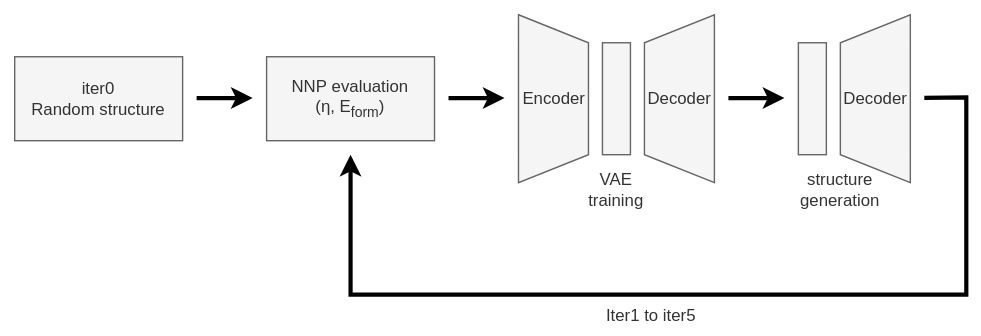
Above: paper/fig/workflow.svg in ishikawa-group/orr-vae (draw.io), before the change. Source tidied: cells renumbered, new cells last; positions are measured from the earlier drawing's top-left corner, leaving out a move shared by most shapes.
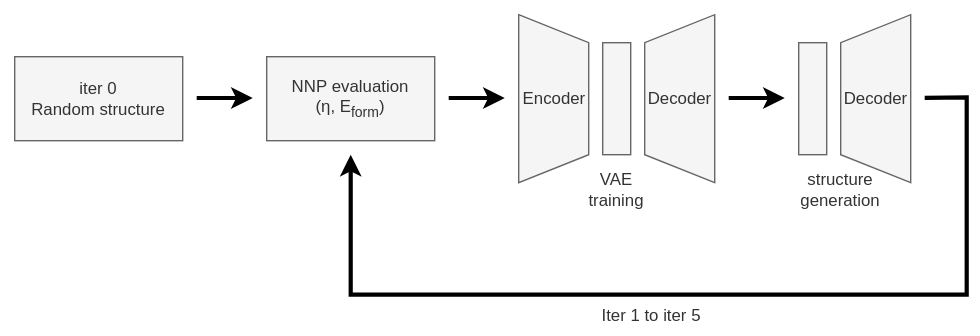
After the commit.

Commit message:
add refarence and fix figure

What changed in the source:
```diff
@@ -14,7 +14,7 @@
     <mxCell id="5" value="&amp;nbsp;Decoder" style="shape=trapezoid;perimeter=trapezoidPerimeter;whiteSpace=wrap;html=1;fixedSize=1;direction=north;align=right;fillColor=#f5f5f5;fontColor=#333333;strokeColor=#666666;" parent="1" vertex="1">
       <mxGeometry x="460" y="10" width="50" height="120" as="geometry" />
     </mxCell>
-    <mxCell id="6" value="iter0&lt;div&gt;Random structure&lt;/div&gt;" style="rounded=0;whiteSpace=wrap;html=1;fillColor=#f5f5f5;fontColor=#333333;strokeColor=#666666;" parent="1" vertex="1">
+    <mxCell id="6" value="iter 0&lt;div&gt;Random structure&lt;/div&gt;" style="rounded=0;whiteSpace=wrap;html=1;fillColor=#f5f5f5;fontColor=#333333;strokeColor=#666666;" parent="1" vertex="1">
       <mxGeometry x="10" y="40" width="120" height="60" as="geometry" />
     </mxCell>
     <mxCell id="7" value="NNP&amp;nbsp;evaluation&lt;div&gt;(η, E&lt;sub&gt;form&lt;/sub&gt;)&lt;/div&gt;" style="rounded=0;whiteSpace=wrap;html=1;fillColor=#f5f5f5;fontColor=#333333;strokeColor=#666666;" parent="1" vertex="1">
@@ -61,7 +61,7 @@
         </Array>
       </mxGeometry>
     </mxCell>
-    <mxCell id="16" value="Iter1 to iter5" style="text;html=1;align=center;verticalAlign=middle;whiteSpace=wrap;rounded=0;fillColor=none;fontColor=#333333;strokeColor=none;" parent="1" vertex="1">
+    <mxCell id="16" value="Iter 1 to iter 5" style="text;html=1;align=center;verticalAlign=middle;whiteSpace=wrap;rounded=0;fillColor=none;fontColor=#333333;strokeColor=none;" parent="1" vertex="1">
       <mxGeometry x="420" y="210" width="90" height="30" as="geometry" />
     </mxCell>
   </root>
```
